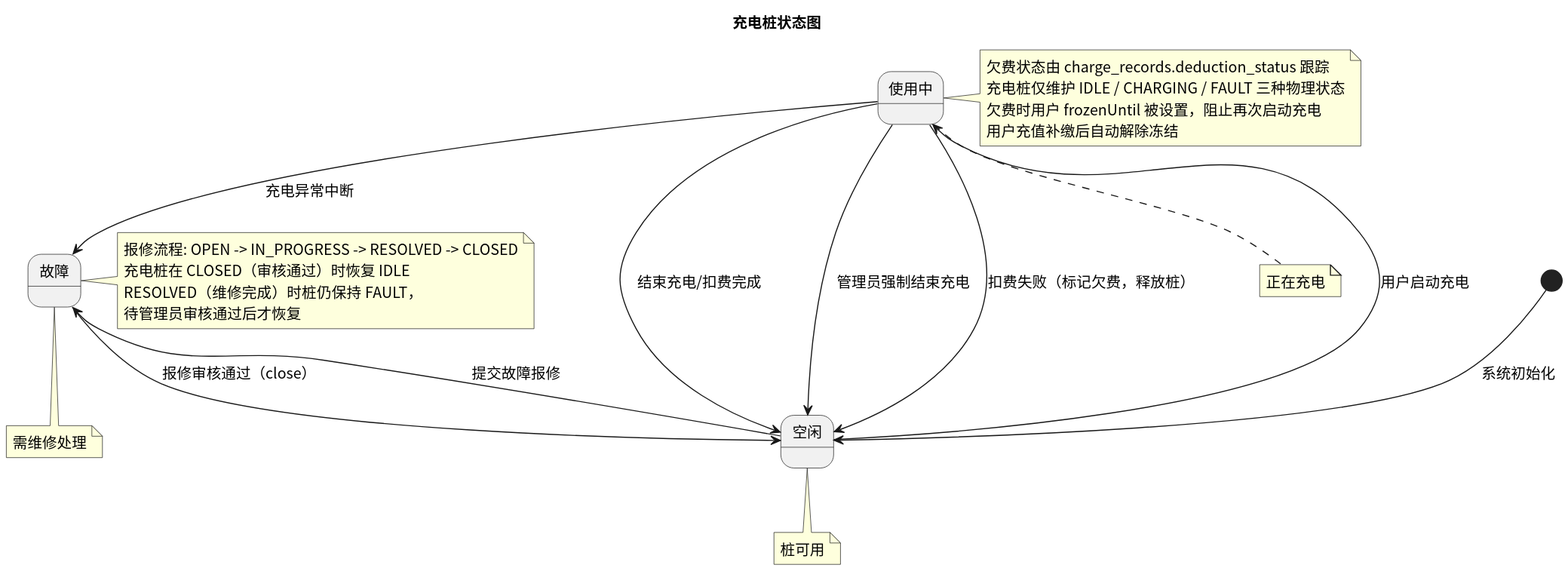
Before: status/img/state_charger.svg, a diagram exported from PlantUML (greenhandzdl/charging-station-doc).
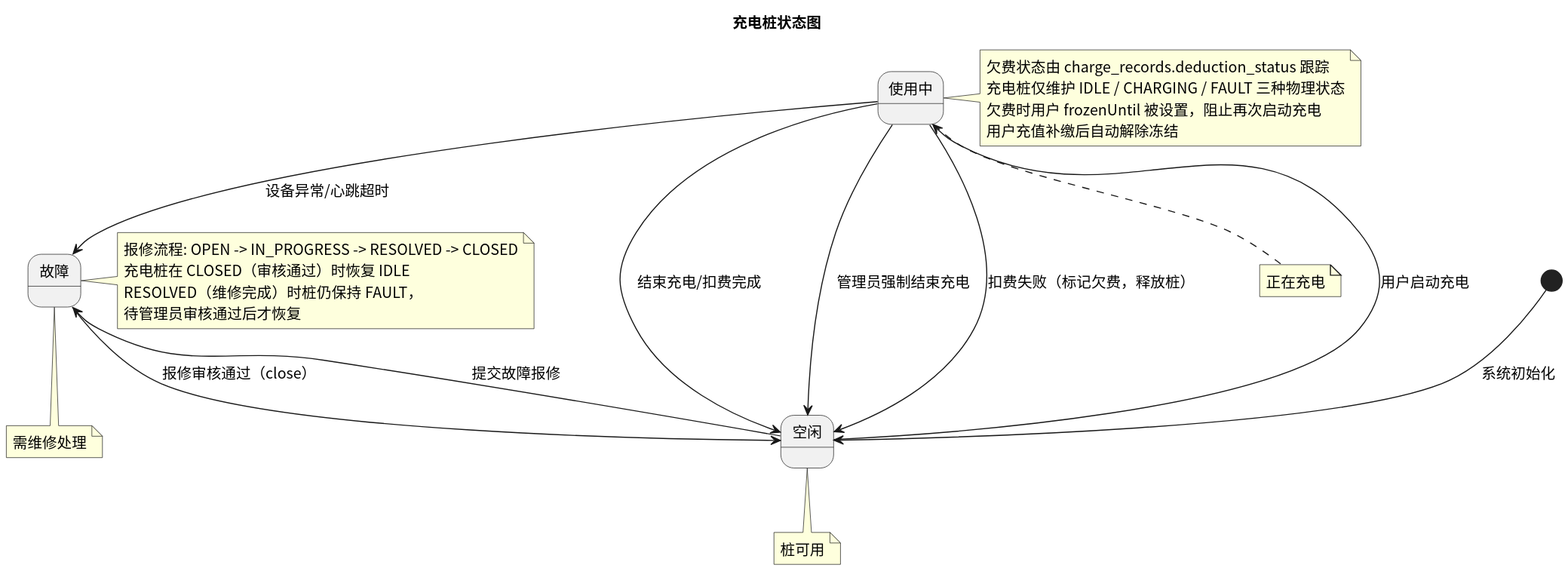
The same file after the commit.

Change to the diagram source:
```diff
@@ -11,7 +11,7 @@
 IDLE --> CHARGING : 用户启动充电
 CHARGING --> IDLE : 结束充电/扣费完成
 CHARGING --> IDLE : 管理员强制结束充电
-CHARGING --> FAULT : 充电异常中断
+CHARGING --> FAULT : 设备异常/心跳超时
   CHARGING --> IDLE : 扣费失败（标记欠费，释放桩）
 IDLE --> FAULT : 提交故障报修
 FAULT --> IDLE : 报修审核通过（close）
```
